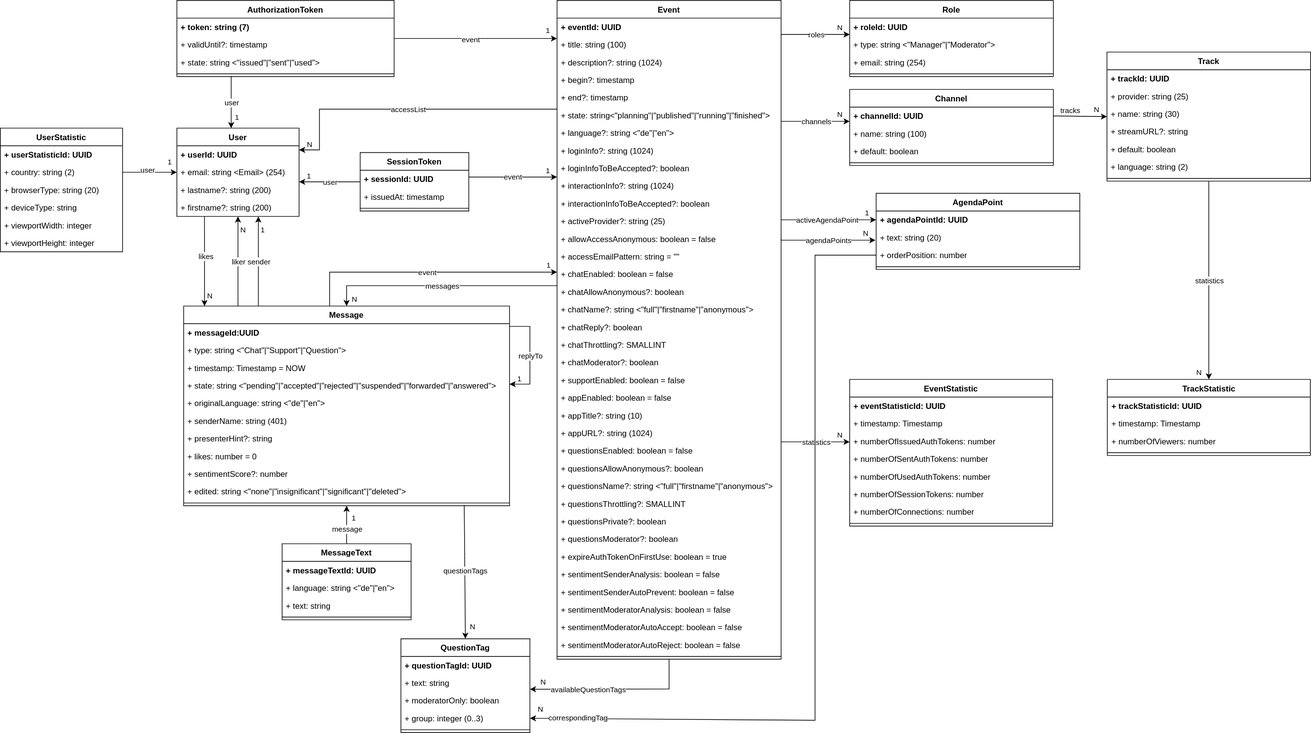
This is doc/2-specification-datamodel.svg from rse/broadcast, a draw.io export, as it was before one commit. Source tidied: cells renumbered, new cells last; positions are measured from the earlier drawing's top-left corner, leaving out a move shared by most shapes.
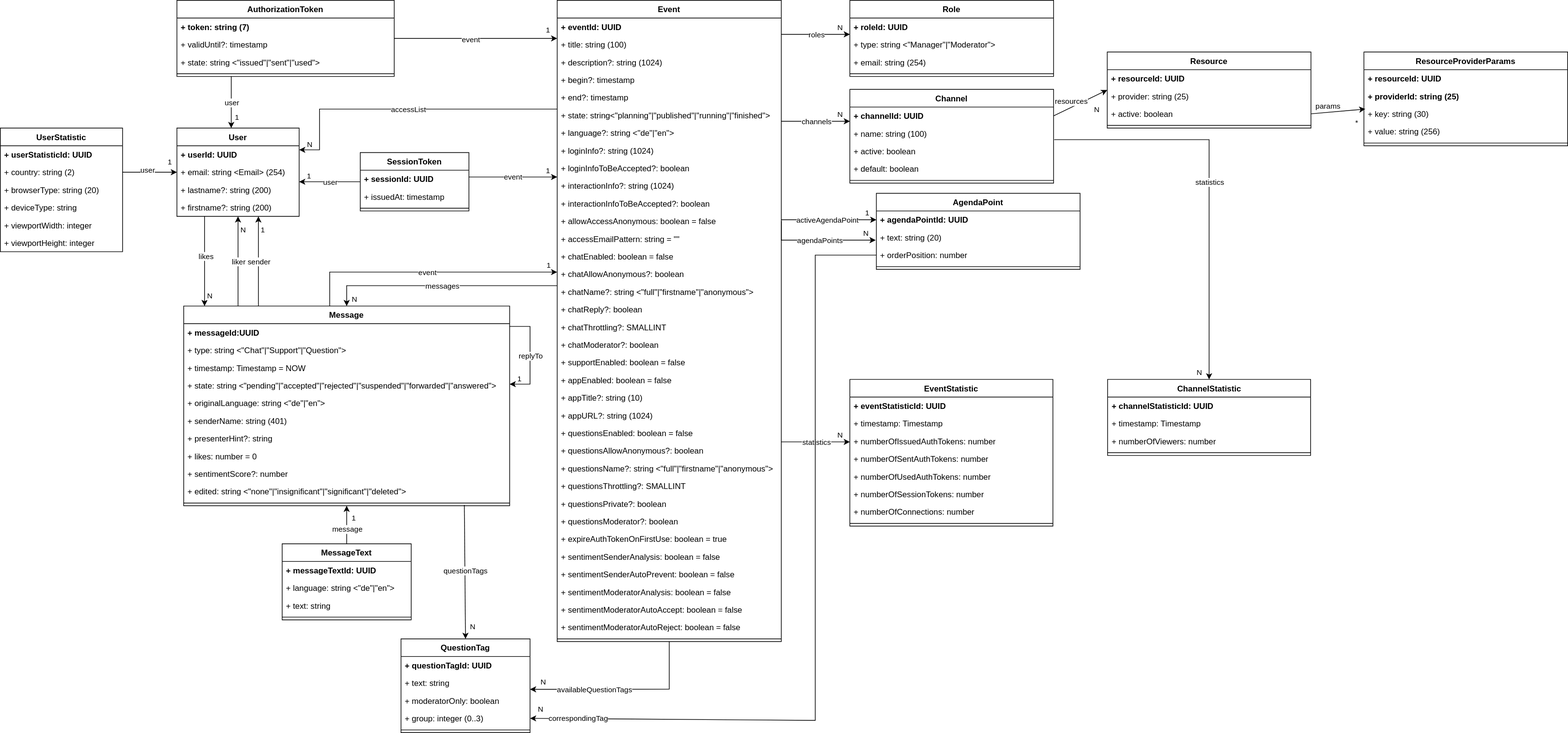
After the commit.

Change to the diagram source:
```diff
@@ -204,3 +204,3 @@
     <mxCell id="55" value="Channel" style="swimlane;fontStyle=1;align=center;verticalAlign=top;horizontal=1;startSize=26;whiteSpace=wrap;html=1;" parent="1" vertex="1">
-      <mxGeometry x="1251" y="131" width="300" height="112" as="geometry" />
+      <mxGeometry x="1251" y="131" width="300" height="138" as="geometry" />
     </mxCell>
@@ -212,7 +212,10 @@
     </mxCell>
+    <mxCell id="189" value="+ active: boolean" style="text;strokeColor=none;fillColor=none;align=left;verticalAlign=top;spacingLeft=4;spacingRight=4;overflow=hidden;whiteSpace=wrap;html=1;" parent="55" vertex="1">
+      <mxGeometry y="78" width="300" height="26" as="geometry" />
+    </mxCell>
     <mxCell id="58" value="+ default: boolean" style="text;strokeColor=none;fillColor=none;align=left;verticalAlign=top;spacingLeft=4;spacingRight=4;overflow=hidden;whiteSpace=wrap;html=1;" parent="55" vertex="1">
-      <mxGeometry y="78" width="300" height="26" as="geometry" />
+      <mxGeometry y="104" width="300" height="26" as="geometry" />
     </mxCell>
     <mxCell id="59" style="line;strokeWidth=1;fillColor=none;align=left;verticalAlign=middle;spacingTop=-1;spacingLeft=3;spacingRight=3;labelPosition=right;strokeColor=inherit;" parent="55" vertex="1">
-      <mxGeometry y="104" width="300" height="8" as="geometry" />
+      <mxGeometry y="130" width="300" height="8" as="geometry" />
     </mxCell>
@@ -269,3 +272,3 @@
     <mxCell id="69" value="Event" style="swimlane;fontStyle=1;align=center;verticalAlign=top;horizontal=1;startSize=26;whiteSpace=wrap;html=1;" parent="1" vertex="1">
-      <mxGeometry x="820" width="330" height="970" as="geometry" />
+      <mxGeometry x="820" width="330" height="944" as="geometry" />
     </mxCell>
@@ -304,79 +307,76 @@
     </mxCell>
-    <mxCell id="81" value="+ activeProvider?: string (25)" style="text;strokeColor=none;fillColor=none;align=left;verticalAlign=top;spacingLeft=4;spacingRight=4;overflow=hidden;whiteSpace=wrap;html=1;" parent="69" vertex="1">
-      <mxGeometry y="312" width="330" height="26" as="geometry" />
-    </mxCell>
     <mxCell id="82" value="+ allowAccessAnonymous: boolean = false" style="text;strokeColor=none;fillColor=none;align=left;verticalAlign=top;spacingLeft=4;spacingRight=4;overflow=hidden;points=[[0,0.5],[1,0.5]];portConstraint=eastwest;whiteSpace=wrap;html=1;" parent="69" vertex="1">
-      <mxGeometry y="338" width="330" height="26" as="geometry" />
+      <mxGeometry y="312" width="330" height="26" as="geometry" />
     </mxCell>
     <mxCell id="83" value="+ accessEmailPattern: string = &quot;&quot;" style="text;strokeColor=none;fillColor=none;align=left;verticalAlign=top;spacingLeft=4;spacingRight=4;overflow=hidden;whiteSpace=wrap;html=1;" parent="69" vertex="1">
-      <mxGeometry y="364" width="330" height="26" as="geometry" />
+      <mxGeometry y="338" width="330" height="26" as="geometry" />
     </mxCell>
     <mxCell id="84" value="+ chatEnabled&lt;span style=&quot;background-color: initial;&quot;&gt;: boolean = false&lt;/span&gt;" style="text;strokeColor=none;fillColor=none;align=left;verticalAlign=top;spacingLeft=4;spacingRight=4;overflow=hidden;whiteSpace=wrap;html=1;" parent="69" vertex="1">
-      <mxGeometry y="390" width="330" height="26" as="geometry" />
+      <mxGeometry y="364" width="330" height="26" as="geometry" />
     </mxCell>
     <mxCell id="85" value="+ chatAllowAnonymous?: boolean" style="text;strokeColor=none;fillColor=none;align=left;verticalAlign=top;spacingLeft=4;spacingRight=4;overflow=hidden;whiteSpace=wrap;html=1;" parent="69" vertex="1">
-      <mxGeometry y="416" width="330" height="26" as="geometry" />
+      <mxGeometry y="390" width="330" height="26" as="geometry" />
     </mxCell>
     <mxCell id="86" value="+ chatName?: string &amp;lt;&quot;full&quot;|&quot;firstname&quot;|&quot;anonymous&quot;&amp;gt;" style="text;strokeColor=none;fillColor=none;align=left;verticalAlign=top;spacingLeft=4;spacingRight=4;overflow=hidden;whiteSpace=wrap;html=1;" parent="69" vertex="1">
-      <mxGeometry y="442" width="330" height="26" as="geometry" />
+      <mxGeometry y="416" width="330" height="26" as="geometry" />
     </mxCell>
     <mxCell id="87" value="+ chatReply?: boolean" style="text;strokeColor=none;fillColor=none;align=left;verticalAlign=top;spacingLeft=4;spacingRight=4;overflow=hidden;whiteSpace=wrap;html=1;" parent="69" vertex="1">
-      <mxGeometry y="468" width="330" height="26" as="geometry" />
+      <mxGeometry y="442" width="330" height="26" as="geometry" />
     </mxCell>
     <mxCell id="88" value="+ chatThrottling?: SMALLINT" style="text;strokeColor=none;fillColor=none;align=left;verticalAlign=top;spacingLeft=4;spacingRight=4;overflow=hidden;whiteSpace=wrap;html=1;" parent="69" vertex="1">
-      <mxGeometry y="494" width="330" height="26" as="geometry" />
+      <mxGeometry y="468" width="330" height="26" as="geometry" />
     </mxCell>
     <mxCell id="89" value="+ chatModerator?: boolean" style="text;strokeColor=none;fillColor=none;align=left;verticalAlign=top;spacingLeft=4;spacingRight=4;overflow=hidden;whiteSpace=wrap;html=1;" parent="69" vertex="1">
-      <mxGeometry y="520" width="330" height="26" as="geometry" />
+      <mxGeometry y="494" width="330" height="26" as="geometry" />
     </mxCell>
     <mxCell id="90" value="+ supportEnabled: boolean = false" style="text;strokeColor=none;fillColor=none;align=left;verticalAlign=top;spacingLeft=4;spacingRight=4;overflow=hidden;whiteSpace=wrap;html=1;" parent="69" vertex="1">
-      <mxGeometry y="546" width="330" height="26" as="geometry" />
+      <mxGeometry y="520" width="330" height="26" as="geometry" />
     </mxCell>
     <mxCell id="91" value="+ appEnabled: boolean = false" style="text;strokeColor=none;fillColor=none;align=left;verticalAlign=top;spacingLeft=4;spacingRight=4;overflow=hidden;whiteSpace=wrap;html=1;" parent="69" vertex="1">
-      <mxGeometry y="572" width="330" height="26" as="geometry" />
+      <mxGeometry y="546" width="330" height="26" as="geometry" />
     </mxCell>
     <mxCell id="92" value="+ appTitle?: string (10)" style="text;strokeColor=none;fillColor=none;align=left;verticalAlign=top;spacingLeft=4;spacingRight=4;overflow=hidden;whiteSpace=wrap;html=1;" parent="69" vertex="1">
-      <mxGeometry y="598" width="330" height="26" as="geometry" />
+      <mxGeometry y="572" width="330" height="26" as="geometry" />
     </mxCell>
     <mxCell id="93" value="+ appURL?: string (1024)" style="text;strokeColor=none;fillColor=none;align=left;verticalAlign=top;spacingLeft=4;spacingRight=4;overflow=hidden;whiteSpace=wrap;html=1;" parent="69" vertex="1">
-      <mxGeometry y="624" width="330" height="26" as="geometry" />
+      <mxGeometry y="598" width="330" height="26" as="geometry" />
     </mxCell>
     <mxCell id="94" value="+ questionsEnabled: boolean = false" style="text;strokeColor=none;fillColor=none;align=left;verticalAlign=top;spacingLeft=4;spacingRight=4;overflow=hidden;whiteSpace=wrap;html=1;" parent="69" vertex="1">
-      <mxGeometry y="650" width="330" height="26" as="geometry" />
+      <mxGeometry y="624" width="330" height="26" as="geometry" />
     </mxCell>
     <mxCell id="95" value="+ questionsAllowAnonymous?: boolean" style="text;strokeColor=none;fillColor=none;align=left;verticalAlign=top;spacingLeft=4;spacingRight=4;overflow=hidden;whiteSpace=wrap;html=1;" parent="69" vertex="1">
-      <mxGeometry y="676" width="330" height="26" as="geometry" />
+      <mxGeometry y="650" width="330" height="26" as="geometry" />
     </mxCell>
     <mxCell id="96" value="+ questionsName?: string &amp;lt;&quot;full&quot;|&quot;firstname&quot;|&quot;anonymous&quot;&amp;gt;" style="text;strokeColor=none;fillColor=none;align=left;verticalAlign=top;spacingLeft=4;spacingRight=4;overflow=hidden;whiteSpace=wrap;html=1;" parent="69" vertex="1">
-      <mxGeometry y="702" width="330" height="26" as="geometry" />
+      <mxGeometry y="676" width="330" height="26" as="geometry" />
     </mxCell>
     <mxCell id="97" value="+ questionsThrottling?: SMALLINT" style="text;strokeColor=none;fillColor=none;align=left;verticalAlign=top;spacingLeft=4;spacingRight=4;overflow=hidden;whiteSpace=wrap;html=1;" parent="69" vertex="1">
-      <mxGeometry y="728" width="330" height="26" as="geometry" />
+      <mxGeometry y="702" width="330" height="26" as="geometry" />
     </mxCell>
     <mxCell id="98" value="+ questionsPrivate?: boolean" style="text;strokeColor=none;fillColor=none;align=left;verticalAlign=top;spacingLeft=4;spacingRight=4;overflow=hidden;whiteSpace=wrap;html=1;" parent="69" vertex="1">
-      <mxGeometry y="754" width="330" height="26" as="geometry" />
+      <mxGeometry y="728" width="330" height="26" as="geometry" />
     </mxCell>
     <mxCell id="99" value="+ questionsModerator?: boolean" style="text;strokeColor=none;fillColor=none;align=left;verticalAlign=top;spacingLeft=4;spacingRight=4;overflow=hidden;whiteSpace=wrap;html=1;" parent="69" vertex="1">
-      <mxGeometry y="780" width="330" height="26" as="geometry" />
+      <mxGeometry y="754" width="330" height="26" as="geometry" />
     </mxCell>
     <mxCell id="100" value="+ expireAuthTokenOnFirstUse: boolean = true" style="text;strokeColor=none;fillColor=none;align=left;verticalAlign=top;spacingLeft=4;spacingRight=4;overflow=hidden;whiteSpace=wrap;html=1;" parent="69" vertex="1">
-      <mxGeometry y="806" width="330" height="26" as="geometry" />
+      <mxGeometry y="780" width="330" height="26" as="geometry" />
     </mxCell>
     <mxCell id="101" value="+ sentimentSenderAnalysis: boolean = false" style="text;strokeColor=none;fillColor=none;align=left;verticalAlign=top;spacingLeft=4;spacingRight=4;overflow=hidden;whiteSpace=wrap;html=1;" parent="69" vertex="1">
-      <mxGeometry y="832" width="330" height="26" as="geometry" />
+      <mxGeometry y="806" width="330" height="26" as="geometry" />
     </mxCell>
     <mxCell id="102" value="+ sentimentSenderAutoPrevent: boolean = false" style="text;strokeColor=none;fillColor=none;align=left;verticalAlign=top;spacingLeft=4;spacingRight=4;overflow=hidden;whiteSpace=wrap;html=1;" parent="69" vertex="1">
-      <mxGeometry y="858" width="330" height="26" as="geometry" />
+      <mxGeometry y="832" width="330" height="26" as="geometry" />
     </mxCell>
     <mxCell id="103" value="+ sentimentModeratorAnalysis: boolean = false" style="text;strokeColor=none;fillColor=none;align=left;verticalAlign=top;spacingLeft=4;spacingRight=4;overflow=hidden;whiteSpace=wrap;html=1;" parent="69" vertex="1">
-      <mxGeometry y="884" width="330" height="26" as="geometry" />
+      <mxGeometry y="858" width="330" height="26" as="geometry" />
     </mxCell>
     <mxCell id="104" value="+ sentimentModeratorAutoAccept: boolean = false" style="text;strokeColor=none;fillColor=none;align=left;verticalAlign=top;spacingLeft=4;spacingRight=4;overflow=hidden;whiteSpace=wrap;html=1;" parent="69" vertex="1">
-      <mxGeometry y="910" width="330" height="26" as="geometry" />
+      <mxGeometry y="884" width="330" height="26" as="geometry" />
     </mxCell>
     <mxCell id="105" value="+ sentimentModeratorAutoReject: boolean = false" style="text;strokeColor=none;fillColor=none;align=left;verticalAlign=top;spacingLeft=4;spacingRight=4;overflow=hidden;whiteSpace=wrap;html=1;" parent="69" vertex="1">
-      <mxGeometry y="936" width="330" height="26" as="geometry" />
+      <mxGeometry y="910" width="330" height="26" as="geometry" />
     </mxCell>
     <mxCell id="106" style="line;strokeWidth=1;fillColor=none;align=left;verticalAlign=middle;spacingTop=-1;spacingLeft=3;spacingRight=3;labelPosition=right;strokeColor=inherit;" parent="69" vertex="1">
-      <mxGeometry y="962" width="330" height="8" as="geometry" />
+      <mxGeometry y="936" width="330" height="8" as="geometry" />
     </mxCell>
@@ -504,6 +504,6 @@
     </mxCell>
-    <mxCell id="134" value="TrackStatistic" style="swimlane;fontStyle=1;align=center;verticalAlign=top;horizontal=1;startSize=26;whiteSpace=wrap;html=1;" parent="1" vertex="1">
+    <mxCell id="134" value="ChannelStatistic" style="swimlane;fontStyle=1;align=center;verticalAlign=top;horizontal=1;startSize=26;whiteSpace=wrap;html=1;" parent="1" vertex="1">
       <mxGeometry x="1630.5" y="558" width="299" height="112" as="geometry" />
     </mxCell>
-    <mxCell id="135" value="+ trackStatisticId: UUID" style="text;strokeColor=none;fillColor=none;align=left;verticalAlign=top;spacingLeft=4;spacingRight=4;overflow=hidden;whiteSpace=wrap;html=1;fontStyle=1;" parent="134" vertex="1">
+    <mxCell id="135" value="+ channelStatisticId: UUID" style="text;strokeColor=none;fillColor=none;align=left;verticalAlign=top;spacingLeft=4;spacingRight=4;overflow=hidden;whiteSpace=wrap;html=1;fontStyle=1;" parent="134" vertex="1">
       <mxGeometry y="26" width="299" height="26" as="geometry" />
@@ -519,3 +519,3 @@
     </mxCell>
-    <mxCell id="139" style="endArrow=classic;html=1;rounded=0;edgeStyle=orthogonalEdgeStyle;exitX=0.5;exitY=1;exitDx=0;exitDy=0;" parent="1" edge="1" source="154" target="134">
+    <mxCell id="139" style="endArrow=classic;html=1;rounded=0;edgeStyle=orthogonalEdgeStyle;exitX=1.003;exitY=0.846;exitDx=0;exitDy=0;exitPerimeter=0;" parent="1" edge="1" source="57" target="134">
       <mxGeometry relative="1" as="geometry" />
@@ -573,6 +573,6 @@
     </mxCell>
-    <mxCell id="154" value="Track" style="swimlane;fontStyle=1;align=center;verticalAlign=top;horizontal=1;startSize=26;whiteSpace=wrap;html=1;" parent="1" vertex="1">
-      <mxGeometry x="1630" y="76" width="300" height="190" as="geometry" />
+    <mxCell id="154" value="Resource" style="swimlane;fontStyle=1;align=center;verticalAlign=top;horizontal=1;startSize=26;whiteSpace=wrap;html=1;" parent="1" vertex="1">
+      <mxGeometry x="1630" y="76" width="300" height="112" as="geometry" />
     </mxCell>
-    <mxCell id="155" value="&lt;b&gt;+ trackId: UUID&lt;/b&gt;" style="text;strokeColor=none;fillColor=none;align=left;verticalAlign=top;spacingLeft=4;spacingRight=4;overflow=hidden;whiteSpace=wrap;html=1;" parent="154" vertex="1">
+    <mxCell id="155" value="&lt;b&gt;+ resourceId: UUID&lt;/b&gt;" style="text;strokeColor=none;fillColor=none;align=left;verticalAlign=top;spacingLeft=4;spacingRight=4;overflow=hidden;whiteSpace=wrap;html=1;" parent="154" vertex="1">
       <mxGeometry y="26" width="300" height="26" as="geometry" />
@@ -582,16 +582,7 @@
     </mxCell>
-    <mxCell id="157" value="+ name: string (30)" style="text;strokeColor=none;fillColor=none;align=left;verticalAlign=top;spacingLeft=4;spacingRight=4;overflow=hidden;whiteSpace=wrap;html=1;" parent="154" vertex="1">
-      <mxGeometry y="78" width="300" height="26" as="geometry" />
-    </mxCell>
-    <mxCell id="158" value="+ streamURL?: string" style="text;strokeColor=none;fillColor=none;align=left;verticalAlign=top;spacingLeft=4;spacingRight=4;overflow=hidden;whiteSpace=wrap;html=1;" parent="154" vertex="1">
-      <mxGeometry y="104" width="300" height="26" as="geometry" />
-    </mxCell>
-    <mxCell id="159" value="+ default: boolean" style="text;strokeColor=none;fillColor=none;align=left;verticalAlign=top;spacingLeft=4;spacingRight=4;overflow=hidden;whiteSpace=wrap;html=1;" parent="154" vertex="1">
-      <mxGeometry y="130" width="300" height="26" as="geometry" />
-    </mxCell>
-    <mxCell id="160" value="+ language: string (2)" style="text;strokeColor=none;fillColor=none;align=left;verticalAlign=top;spacingLeft=4;spacingRight=4;overflow=hidden;whiteSpace=wrap;html=1;" parent="154" vertex="1">
-      <mxGeometry y="156" width="300" height="26" as="geometry" />
-    </mxCell>
+    <mxCell id="190" value="&lt;span&gt;+ active: boolean&lt;/span&gt;" style="text;strokeColor=none;fillColor=none;align=left;verticalAlign=top;spacingLeft=4;spacingRight=4;overflow=hidden;points=[[0,0.5],[1,0.5]];portConstraint=eastwest;whiteSpace=wrap;html=1;fontStyle=0;" parent="154" vertex="1">
+      <mxGeometry y="78" width="300" height="26" as="geometry" />
+    </mxCell>
     <mxCell id="161" style="line;strokeWidth=1;fillColor=none;align=left;verticalAlign=middle;spacingTop=-1;spacingLeft=3;spacingRight=3;labelPosition=right;strokeColor=inherit;" parent="154" vertex="1">
-      <mxGeometry y="182" width="300" height="8" as="geometry" />
+      <mxGeometry y="104" width="300" height="8" as="geometry" />
     </mxCell>
@@ -600,3 +591,3 @@
     </mxCell>
-    <mxCell id="163" value="tracks" style="edgeLabel;html=1;align=center;verticalAlign=middle;" parent="162" vertex="1">
+    <mxCell id="163" value="resources" style="edgeLabel;html=1;align=center;verticalAlign=middle;" parent="162" vertex="1">
       <mxGeometry x="-0.37" y="-1" relative="1" as="geometry">
@@ -702,2 +693,33 @@
     </mxCell>
+    <mxCell id="191" value="ResourceProviderParams" style="swimlane;fontStyle=1;align=center;verticalAlign=top;horizontal=1;startSize=26;whiteSpace=wrap;html=1;" parent="1" vertex="1">
+      <mxGeometry x="2008" y="76" width="300" height="138" as="geometry" />
+    </mxCell>
+    <mxCell id="192" value="&lt;b&gt;+ resourceId: UUID&lt;/b&gt;" style="text;strokeColor=none;fillColor=none;align=left;verticalAlign=top;spacingLeft=4;spacingRight=4;overflow=hidden;whiteSpace=wrap;html=1;" parent="191" vertex="1">
+      <mxGeometry y="26" width="300" height="26" as="geometry" />
+    </mxCell>
+    <mxCell id="193" value="&lt;span&gt;&lt;b&gt;+ providerId: string (25)&lt;/b&gt;&lt;/span&gt;" style="text;strokeColor=none;fillColor=none;align=left;verticalAlign=top;spacingLeft=4;spacingRight=4;overflow=hidden;whiteSpace=wrap;html=1;fontStyle=0;" parent="191" vertex="1">
+      <mxGeometry y="52" width="300" height="26" as="geometry" />
+    </mxCell>
+    <mxCell id="194" value="&lt;span&gt;+ key: string (30)&lt;/span&gt;" style="text;strokeColor=none;fillColor=none;align=left;verticalAlign=top;spacingLeft=4;spacingRight=4;overflow=hidden;whiteSpace=wrap;html=1;fontStyle=0;" parent="191" vertex="1">
+      <mxGeometry y="78" width="300" height="26" as="geometry" />
+    </mxCell>
+    <mxCell id="195" value="+ value: string (256)" style="text;strokeColor=none;fillColor=none;align=left;verticalAlign=top;spacingLeft=4;spacingRight=4;overflow=hidden;whiteSpace=wrap;html=1;" parent="191" vertex="1">
+      <mxGeometry y="104" width="300" height="26" as="geometry" />
+    </mxCell>
+    <mxCell id="196" style="line;strokeWidth=1;fillColor=none;align=left;verticalAlign=middle;spacingTop=-1;spacingLeft=3;spacingRight=3;labelPosition=right;strokeColor=inherit;" parent="191" vertex="1">
+      <mxGeometry y="130" width="300" height="8" as="geometry" />
+    </mxCell>
+    <mxCell id="197" style="endArrow=classic;html=1;rounded=0;exitX=1;exitY=0.5;exitDx=0;exitDy=0;" parent="1" edge="1" source="190">
+      <mxGeometry relative="1" as="geometry">
+        <mxPoint x="2010" y="160" as="targetPoint" />
+      </mxGeometry>
+    </mxCell>
+    <mxCell id="198" value="params" style="edgeLabel;html=1;align=center;verticalAlign=middle;" parent="197" vertex="1">
+      <mxGeometry x="-0.37" y="-1" relative="1" as="geometry">
+        <mxPoint y="-10" as="offset" />
+      </mxGeometry>
+    </mxCell>
+    <mxCell id="199" value="*" style="edgeLabel;html=1;align=right;verticalAlign=bottom;" parent="1" vertex="1">
+      <mxGeometry x="2000" y="188" as="geometry" />
+    </mxCell>
   </root>
```
